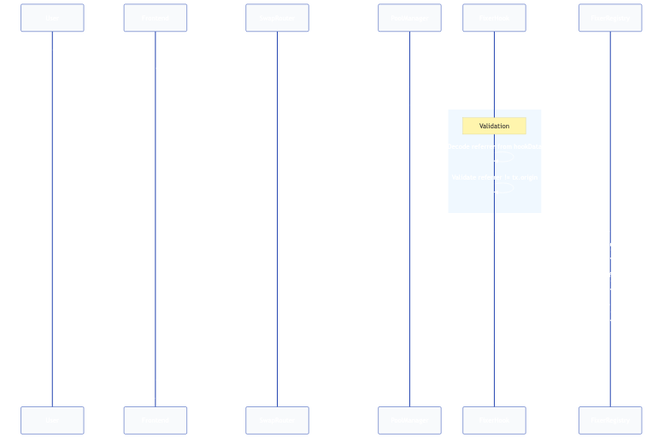
The Mermaid diagram docs/diagrams/integration.png in guglxni/the-fixer-hook, before a commit. Its source is kept beside it as docs/diagrams/integration.mmd.
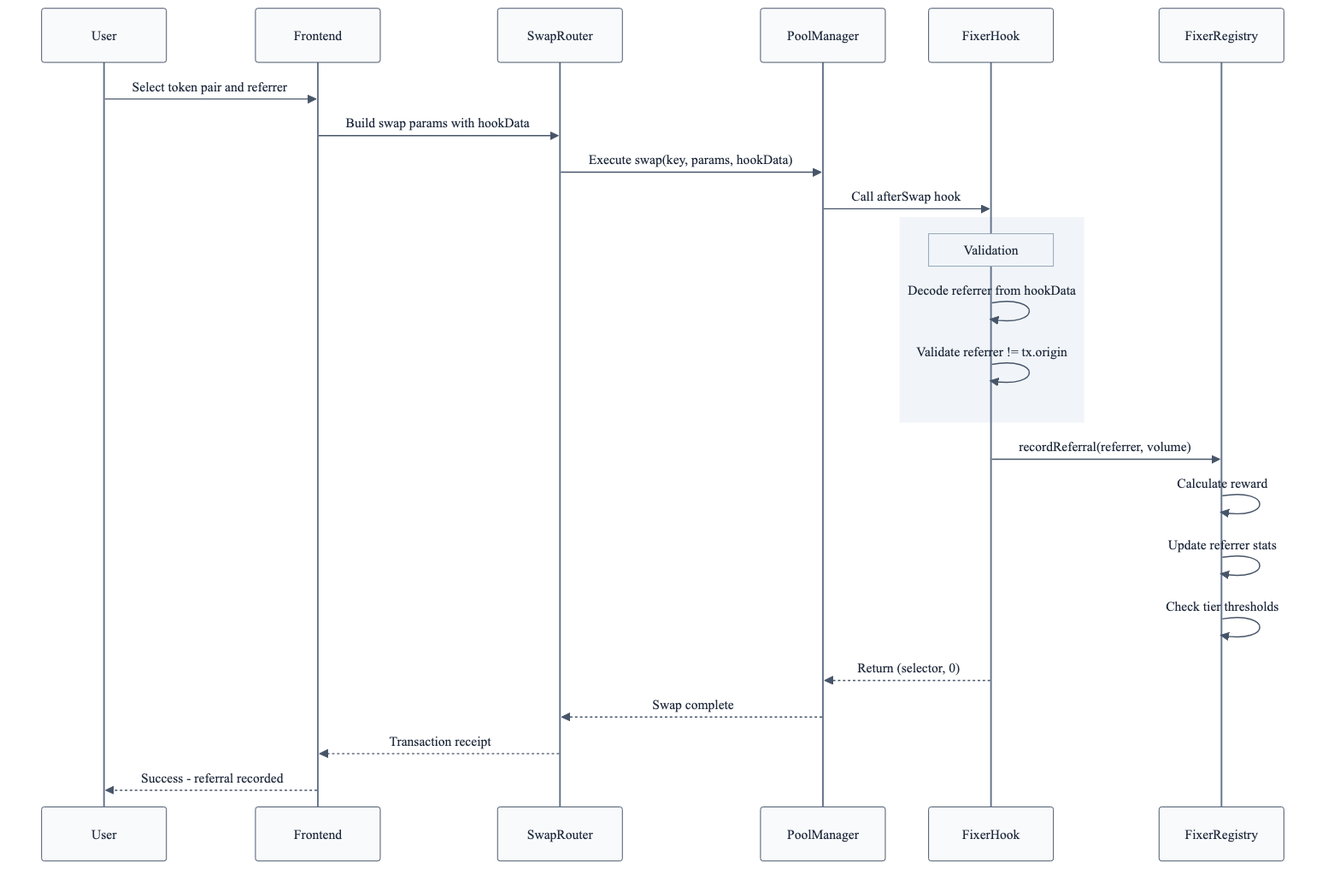
After the commit.

Change to the diagram source:
```diff
@@ -1,4 +1,4 @@
-%%{init: {'theme': 'base', 'themeVariables': { 'primaryColor': '#1e40af', 'primaryTextColor': '#ffffff', 'primaryBorderColor': '#1e40af', 'lineColor': '#64748b', 'secondaryColor': '#e2e8f0', 'tertiaryColor': '#cbd5e1', 'background': '#ffffff', 'mainBkg': '#f8fafc', 'nodeBorder': '#94a3b8', 'clusterBkg': '#f1f5f9', 'clusterBorder': '#cbd5e1', 'titleColor': '#0f172a', 'edgeLabelBackground': '#ffffff'}}}%%
+%%{init: {'theme': 'neutral', 'themeVariables': {'fontFamily': 'Inter, system-ui, sans-serif', 'actorTextColor': '#1e293b', 'actorBorder': '#475569', 'actorBkg': '#f8fafc', 'actorLineColor': '#64748b', 'signalColor': '#475569', 'signalTextColor': '#1e293b', 'labelBoxBkgColor': '#f1f5f9', 'labelBoxBorderColor': '#94a3b8', 'labelTextColor': '#1e293b', 'loopTextColor': '#1e293b', 'activationBorderColor': '#475569', 'activationBkgColor': '#e2e8f0', 'noteBkgColor': '#f1f5f9', 'noteBorderColor': '#94a3b8', 'noteTextColor': '#1e293b'}}}%%
 sequenceDiagram
     participant U as User
     participant F as Frontend
@@ -7,15 +7,17 @@
     participant H as FixerHook
     participant REG as FixerRegistry
 
-    U->>F: Select token pair & referrer
+    U->>F: Select token pair and referrer
     F->>R: Build swap params with hookData
     R->>PM: Execute swap(key, params, hookData)
     PM->>H: Call afterSwap hook
-    rect rgb(240, 248, 255)
+
+    rect rgb(241, 245, 249)
         Note over H: Validation
         H->>H: Decode referrer from hookData
         H->>H: Validate referrer != tx.origin
     end
+
     H->>REG: recordReferral(referrer, volume)
     REG->>REG: Calculate reward
     REG->>REG: Update referrer stats
```
